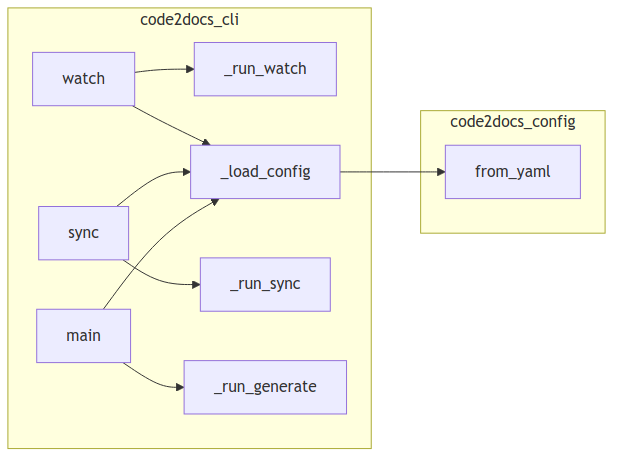
This is project/calls.png from wronai/code2docs, a Mermaid export, as it was before one commit. Its source is kept beside it as project/calls.mmd. The source it was exported from:
```mermaid
flowchart LR
    subgraph code2docs_cli
        code2docs__cli___run_watch["_run_watch"]
        code2docs__cli__main["main"]
        code2docs__cli___load_config["_load_config"]
        code2docs__cli___run_sync["_run_sync"]
        code2docs__cli___run_generate["_run_generate"]
        code2docs__cli__sync["sync"]
        code2docs__cli__watch["watch"]
    end
    subgraph code2docs_config
        code2docs__config__Code2DocsConfig__from_yaml["from_yaml"]
    end
    code2docs__cli__main --> code2docs__cli___load_config
    code2docs__cli__main --> code2docs__cli___run_generate
    code2docs__cli__sync --> code2docs__cli___load_config
    code2docs__cli__sync --> code2docs__cli___run_sync
    code2docs__cli__watch --> code2docs__cli___load_config
    code2docs__cli__watch --> code2docs__cli___run_watch
    code2docs__cli___load_config --> code2docs__config__Code2DocsConfig__from_yaml
```
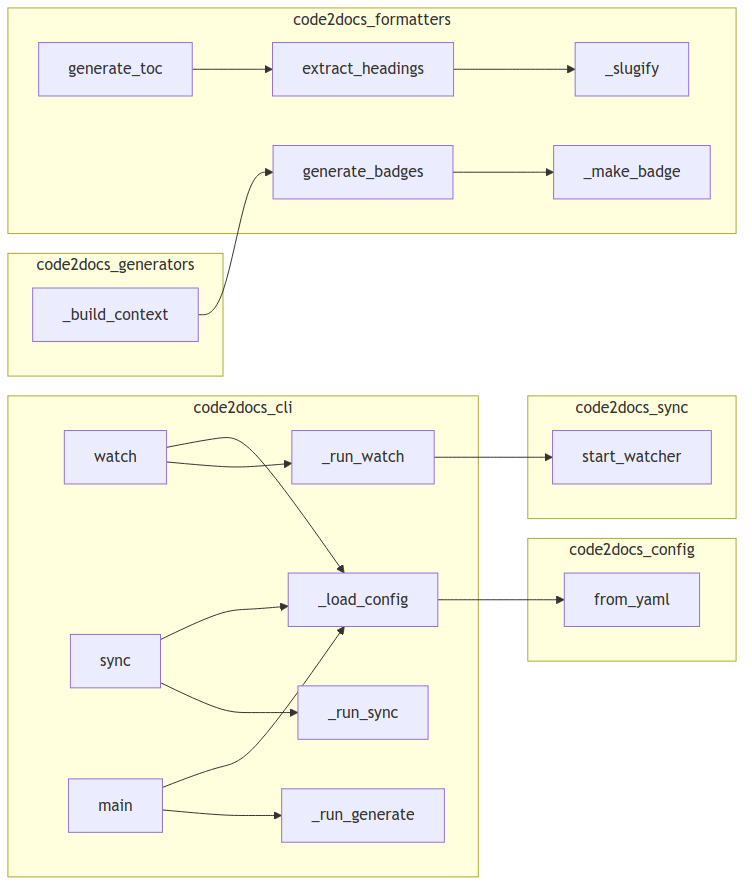
After the change.

Diff of the diagram source:
```diff
@@ -1,16 +1,30 @@
 flowchart LR
     subgraph code2docs_cli
+        code2docs__cli___run_sync["_run_sync"]
         code2docs__cli___run_watch["_run_watch"]
-        code2docs__cli__main["main"]
+        code2docs__cli__watch["watch"]
         code2docs__cli___load_config["_load_config"]
-        code2docs__cli___run_sync["_run_sync"]
         code2docs__cli___run_generate["_run_generate"]
         code2docs__cli__sync["sync"]
-        code2docs__cli__watch["watch"]
+        code2docs__cli__main["main"]
     end
     subgraph code2docs_config
         code2docs__config__Code2DocsConfig__from_yaml["from_yaml"]
     end
+    subgraph code2docs_formatters
+        code2docs__formatters__toc___slugify["_slugify"]
+        code2docs__formatters__badges___make_badge["_make_badge"]
+        code2docs__formatters__badges__generate_badges["generate_badges"]
+        code2docs__formatters__toc__extract_headings["extract_headings"]
+        code2docs__formatters__toc__generate_toc["generate_toc"]
+    end
+    subgraph code2docs_generators
+        code2docs___build_context["_build_context"]
+    end
+    subgraph code2docs_sync
+        code2docs__sync__watcher__start_watcher["start_watcher"]
+    end
+    code2docs__formatters__badges__generate_badges --> code2docs__formatters__badges___make_badge
     code2docs__cli__main --> code2docs__cli___load_config
     code2docs__cli__main --> code2docs__cli___run_generate
     code2docs__cli__sync --> code2docs__cli___load_config
@@ -18,3 +32,7 @@
     code2docs__cli__watch --> code2docs__cli___load_config
     code2docs__cli__watch --> code2docs__cli___run_watch
     code2docs__cli___load_config --> code2docs__config__Code2DocsConfig__from_yaml
+    code2docs__cli___run_watch --> code2docs__sync__watcher__start_watcher
+    code2docs__formatters__toc__generate_toc --> code2docs__formatters__toc__extract_headings
+    code2docs__formatters__toc__extract_headings --> code2docs__formatters__toc___slugify
+    code2docs___build_context --> code2docs__formatters__badges__generate_badges
```
